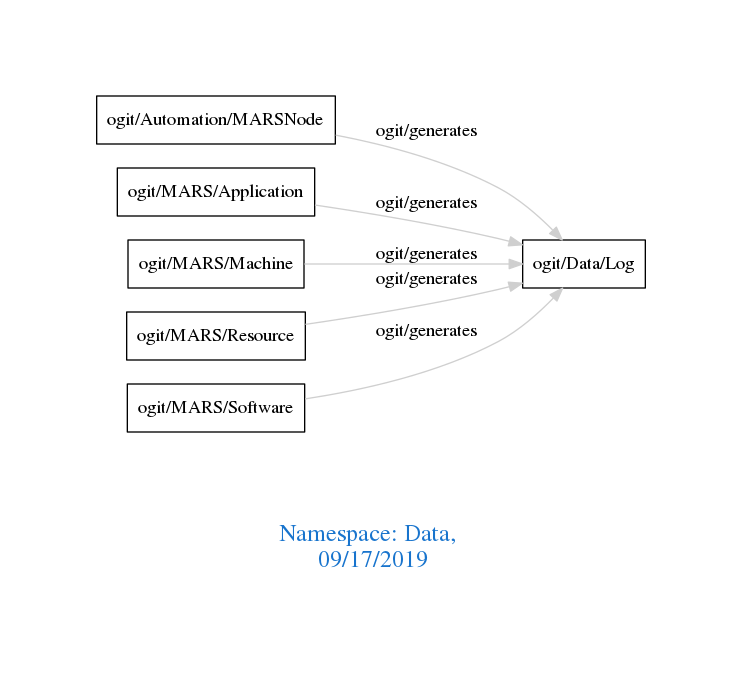
This is downloads/Data.png from arago/OGIT, a Graphviz export, as it was before one commit. Its source is kept beside it as downloads/Data.dot.
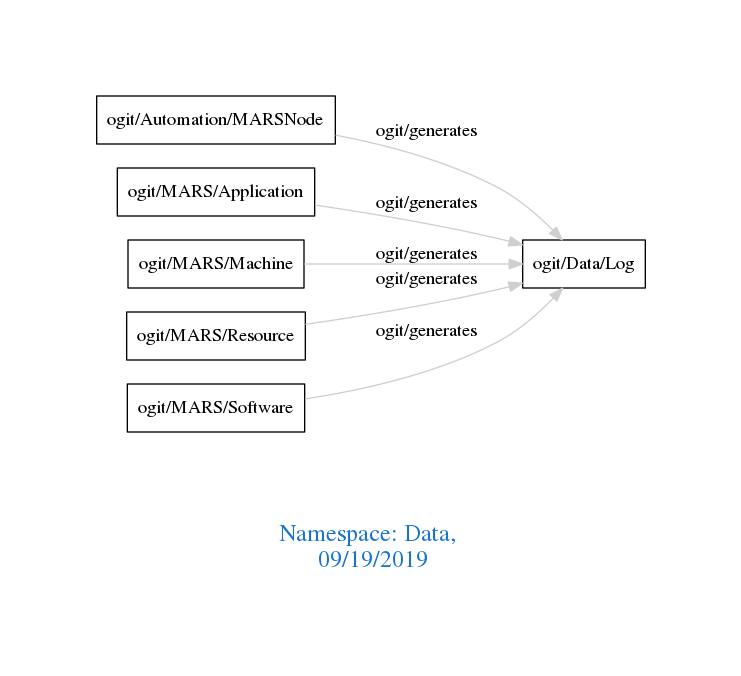
The same diagram one commit later.

The edit, as a diff of the source:
```diff
@@ -1,7 +1,7 @@
 digraph OGIT_ontology {
  graph [ rankdir= LR,pad=1
 fontsize = 18,
-fontcolor= dodgerblue3,label = "\n\n\nNamespace: Data, \n 09/17/2019"];
+fontcolor= dodgerblue3,label = "\n\n\nNamespace: Data, \n 09/19/2019"];
 node[shape=polygon];
 edge [  color="gray81"];
 
```
